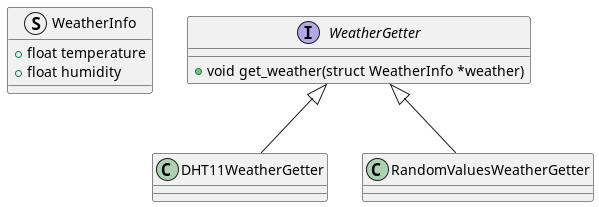
Above: docs/Weather_UML.png in Beloin/LCD_Rasp_Weather (PlantUML), before the change.
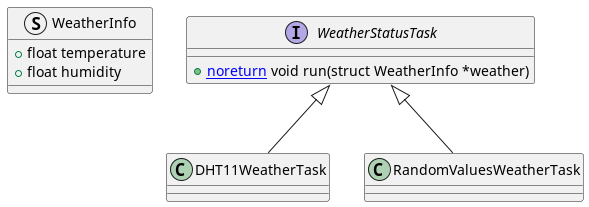
After the change.

Diff of the diagram source:
```diff
@@ -6,11 +6,11 @@
     + float humidity
 }
 
-interface WeatherGetter {
-    + void get_weather(struct WeatherInfo *weather)
+interface WeatherStatusTask {
+    + [[noreturn]] void run(struct WeatherInfo *weather)
 }
 
-WeatherGetter <|-- DHT11WeatherGetter
-WeatherGetter <|-- RandomValuesWeatherGetter
+WeatherStatusTask <|-- DHT11WeatherTask
+WeatherStatusTask <|-- RandomValuesWeatherTask
 
 @enduml
```
